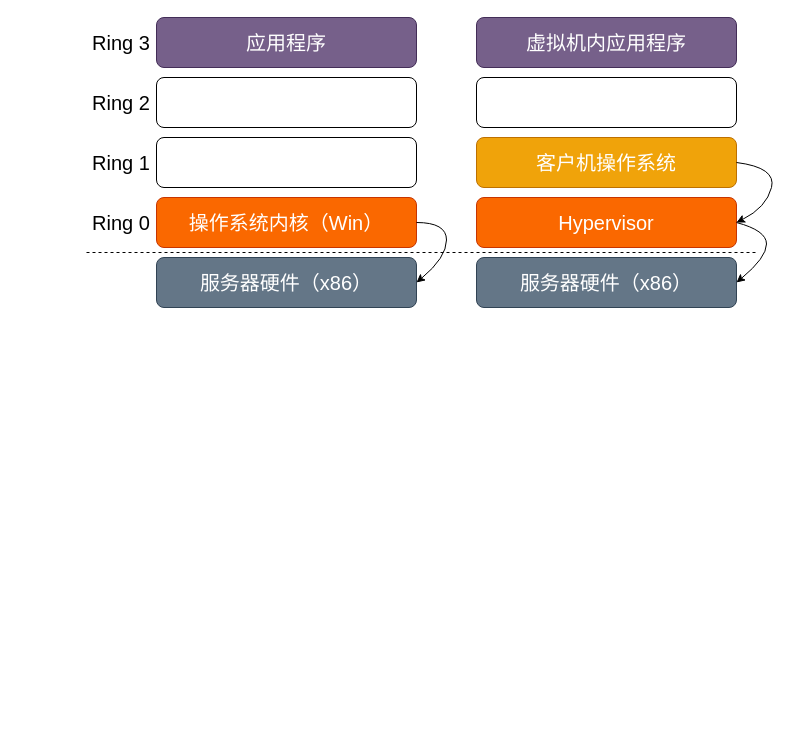
Earlier version of the draw.io diagram CPU ring.drawio (Fireman730/myown). Source tidied: cells renumbered, new cells numbered last; positions are measured from the earlier drawing's top-left corner, leaving out a move shared by most shapes. Both pictures are drawn from the tidied source at 100%, with x=0, y=0 at pixel (86, 17).
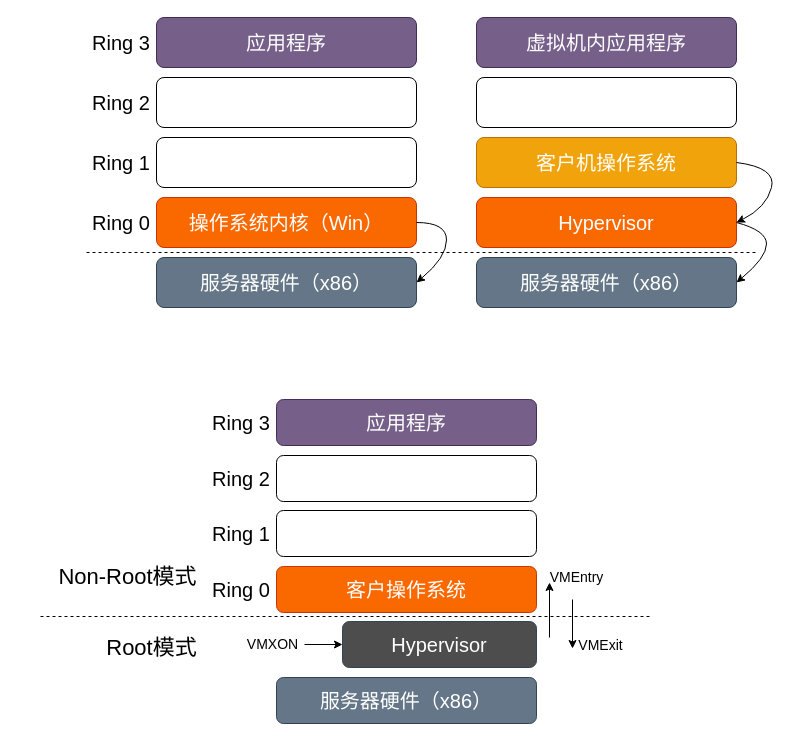
After the change.

The edit, as a diff of the source:
```diff
@@
+    <mxCell id="20" value="Ring 0" style="text;html=1;strokeColor=none;fillColor=none;align=center;verticalAlign=middle;whiteSpace=wrap;rounded=0;fontSize=20;" parent="1" vertex="1">
+      <mxGeometry x="120" y="562" width="70" height="20" as="geometry" />
+    </mxCell>
+    <mxCell id="21" value="Ring 1" style="text;html=1;strokeColor=none;fillColor=none;align=center;verticalAlign=middle;whiteSpace=wrap;rounded=0;fontSize=20;" parent="1" vertex="1">
+      <mxGeometry x="120" y="506" width="70" height="20" as="geometry" />
+    </mxCell>
+    <mxCell id="22" value="Ring 2" style="text;html=1;strokeColor=none;fillColor=none;align=center;verticalAlign=middle;whiteSpace=wrap;rounded=0;fontSize=20;" parent="1" vertex="1">
+      <mxGeometry x="120" y="451" width="70" height="20" as="geometry" />
+    </mxCell>
+    <mxCell id="23" value="Ring 3" style="text;html=1;strokeColor=none;fillColor=none;align=center;verticalAlign=middle;whiteSpace=wrap;rounded=0;fontSize=20;" parent="1" vertex="1">
+      <mxGeometry x="120" y="395" width="70" height="20" as="geometry" />
+    </mxCell>
+    <mxCell id="24" value="服务器硬件（x86）" style="rounded=1;whiteSpace=wrap;html=1;fontSize=20;fillColor=#647687;strokeColor=#314354;fontColor=#ffffff;glass=0;shadow=0;sketch=0;" parent="1" vertex="1">
+      <mxGeometry x="190" y="660" width="260" height="46" as="geometry" />
+    </mxCell>
+    <mxCell id="25" value="客户操作系统" style="rounded=1;whiteSpace=wrap;html=1;fontSize=20;fillColor=#fa6800;strokeColor=#C73500;fontColor=#ffffff;glass=0;shadow=0;sketch=0;" parent="1" vertex="1">
+      <mxGeometry x="190" y="549" width="260" height="46" as="geometry" />
+    </mxCell>
+    <mxCell id="26" style="rounded=1;whiteSpace=wrap;html=1;fontSize=20;glass=0;shadow=0;sketch=0;" parent="1" vertex="1">
+      <mxGeometry x="190" y="493" width="260" height="46" as="geometry" />
+    </mxCell>
+    <mxCell id="27" style="rounded=1;whiteSpace=wrap;html=1;fontSize=20;glass=0;shadow=0;sketch=0;" parent="1" vertex="1">
+      <mxGeometry x="190" y="438" width="260" height="46" as="geometry" />
+    </mxCell>
+    <mxCell id="28" value="应用程序" style="rounded=1;whiteSpace=wrap;html=1;fontSize=20;fillColor=#76608a;strokeColor=#432D57;fontColor=#ffffff;" parent="1" vertex="1">
+      <mxGeometry x="190" y="382" width="260" height="46" as="geometry" />
+    </mxCell>
+    <mxCell id="29" value="Hypervisor" style="rounded=1;whiteSpace=wrap;html=1;fontSize=20;strokeColor=#314354;glass=0;shadow=0;sketch=0;fontColor=#ffffff;fillColor=#4D4D4D;" parent="1" vertex="1">
+      <mxGeometry x="256" y="604" width="194" height="46" as="geometry" />
+    </mxCell>
+    <mxCell id="30" style="endArrow=none;dashed=1;html=1;fontSize=20;" parent="1" edge="1">
+      <mxGeometry relative="1" as="geometry">
+        <mxPoint x="-46" y="599" as="sourcePoint" />
+        <mxPoint x="563" y="599" as="targetPoint" />
+      </mxGeometry>
+    </mxCell>
+    <mxCell id="31" value="Non-Root模式" style="text;html=1;strokeColor=none;fillColor=none;align=center;verticalAlign=middle;whiteSpace=wrap;rounded=0;fontSize=22;" parent="1" vertex="1">
+      <mxGeometry x="-69" y="533" width="221" height="54" as="geometry" />
+    </mxCell>
+    <mxCell id="32" value="Root模式" style="text;html=1;strokeColor=none;fillColor=none;align=center;verticalAlign=middle;whiteSpace=wrap;rounded=0;fontSize=22;" parent="1" vertex="1">
+      <mxGeometry x="8" y="604" width="115" height="54" as="geometry" />
+    </mxCell>
+    <mxCell id="33" value="VMXON" style="text;html=1;strokeColor=none;fillColor=none;align=center;verticalAlign=middle;whiteSpace=wrap;rounded=0;fontSize=14;" parent="1" vertex="1">
+      <mxGeometry x="155" y="616" width="63" height="22" as="geometry" />
+    </mxCell>
+    <mxCell id="34" style="endArrow=classic;html=1;fontSize=14;entryX=0;entryY=0.5;entryDx=0;entryDy=0;exitX=1;exitY=0.5;exitDx=0;exitDy=0;" parent="1" edge="1" source="33" target="29">
+      <mxGeometry relative="1" as="geometry" />
+    </mxCell>
+    <mxCell id="35" value="VMExit" style="text;html=1;strokeColor=none;fillColor=none;align=center;verticalAlign=middle;whiteSpace=wrap;rounded=0;fontSize=14;" parent="1" vertex="1">
+      <mxGeometry x="483" y="617" width="63" height="22" as="geometry" />
+    </mxCell>
+    <mxCell id="36" style="endArrow=classic;html=1;fontSize=14;" parent="1" edge="1">
+      <mxGeometry relative="1" as="geometry">
+        <mxPoint x="463" y="620" as="sourcePoint" />
+        <mxPoint x="463" y="565" as="targetPoint" />
+      </mxGeometry>
+    </mxCell>
+    <mxCell id="37" value="VMEntry" style="text;html=1;strokeColor=none;fillColor=none;align=center;verticalAlign=middle;whiteSpace=wrap;rounded=0;fontSize=14;" parent="1" vertex="1">
+      <mxGeometry x="459" y="549" width="63" height="22" as="geometry" />
+    </mxCell>
+    <mxCell id="38" style="endArrow=classic;html=1;fontSize=14;" parent="1" edge="1">
+      <mxGeometry relative="1" as="geometry">
+        <mxPoint x="486" y="582" as="sourcePoint" />
+        <mxPoint x="486" y="631" as="targetPoint" />
+      </mxGeometry>
+    </mxCell>
```
